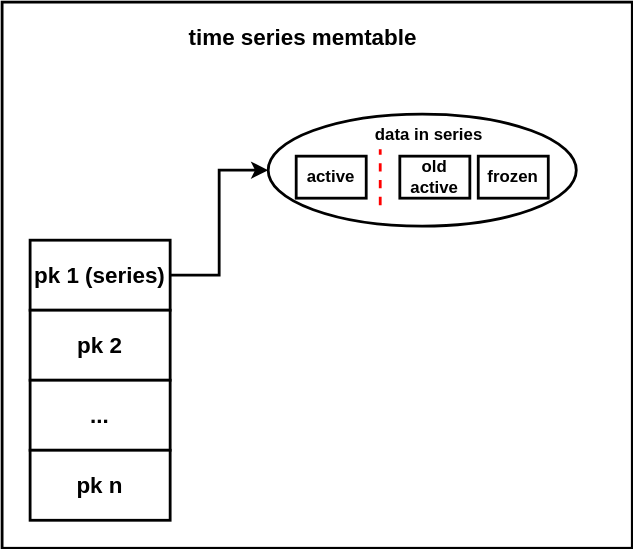
This is memtable.drawio.svg from Rachelint/drawio-store, a draw.io export, as it was before one commit. Source tidied: cells renumbered, new cells last; positions are measured from the earlier drawing's top-left corner, leaving out a move shared by most shapes. The source it was exported from:
```xml
<mxGraphModel>
  <root>
    <mxCell id="0" />
    <mxCell id="1" parent="0" />
    <mxCell id="2" style="rounded=0;whiteSpace=wrap;html=1;fontStyle=1;strokeWidth=2;" parent="1" vertex="1">
      <mxGeometry width="450" height="390" as="geometry" />
    </mxCell>
    <mxCell id="3" style="ellipse;whiteSpace=wrap;html=1;fontStyle=1;strokeWidth=2;" parent="1" vertex="1">
      <mxGeometry x="190" y="80" width="220" height="80" as="geometry" />
    </mxCell>
    <mxCell id="4" style="edgeStyle=orthogonalEdgeStyle;rounded=0;jettySize=auto;html=1;exitX=1;exitY=0.5;exitDx=0;exitDy=0;entryX=0;entryY=0.5;entryDx=0;entryDy=0;fontStyle=1;strokeWidth=2;" parent="1" edge="1" source="5" target="3">
      <mxGeometry relative="1" as="geometry" />
    </mxCell>
    <mxCell id="5" value="&lt;font style=&quot;font-size: 16px;&quot;&gt;pk 1 (series)&lt;/font&gt;" style="rounded=0;whiteSpace=wrap;html=1;fontStyle=1;strokeWidth=2;" parent="1" vertex="1">
      <mxGeometry x="20" y="170" width="100" height="50" as="geometry" />
    </mxCell>
    <mxCell id="6" value="&lt;font style=&quot;font-size: 16px;&quot;&gt;pk 2&lt;/font&gt;" style="rounded=0;whiteSpace=wrap;html=1;fontStyle=1;strokeWidth=2;" parent="1" vertex="1">
      <mxGeometry x="20" y="220" width="100" height="50" as="geometry" />
    </mxCell>
    <mxCell id="7" value="&lt;font style=&quot;font-size: 16px;&quot;&gt;...&lt;/font&gt;" style="rounded=0;whiteSpace=wrap;html=1;fontStyle=1;strokeWidth=2;" parent="1" vertex="1">
      <mxGeometry x="20" y="270" width="100" height="50" as="geometry" />
    </mxCell>
    <mxCell id="8" value="&lt;font style=&quot;font-size: 16px;&quot;&gt;pk n&lt;/font&gt;" style="rounded=0;whiteSpace=wrap;html=1;fontStyle=1;strokeWidth=2;" parent="1" vertex="1">
      <mxGeometry x="20" y="320" width="100" height="50" as="geometry" />
    </mxCell>
    <mxCell id="9" value="&lt;div&gt;old&lt;/div&gt;&lt;div&gt;active&lt;br&gt;&lt;/div&gt;" style="rounded=0;whiteSpace=wrap;html=1;fontStyle=1;strokeWidth=2;" parent="1" vertex="1">
      <mxGeometry x="284" y="110" width="50" height="30" as="geometry" />
    </mxCell>
    <mxCell id="10" value="frozen" style="rounded=0;whiteSpace=wrap;html=1;fontStyle=1;strokeWidth=2;" parent="1" vertex="1">
      <mxGeometry x="340" y="110" width="50" height="30" as="geometry" />
    </mxCell>
    <mxCell id="11" value="active" style="rounded=0;whiteSpace=wrap;html=1;fontStyle=1;strokeWidth=2;" parent="1" vertex="1">
      <mxGeometry x="210" y="110" width="50" height="30" as="geometry" />
    </mxCell>
    <mxCell id="12" value="data in series" style="text;html=1;strokeColor=none;fillColor=none;align=center;verticalAlign=middle;whiteSpace=wrap;rounded=0;fontStyle=1;strokeWidth=2;" parent="1" vertex="1">
      <mxGeometry x="260" y="80" width="90" height="30" as="geometry" />
    </mxCell>
    <mxCell id="13" style="endArrow=none;dashed=1;html=1;rounded=0;strokeColor=#FF0000;fontStyle=1;fontSize=15;strokeWidth=2;" parent="1" edge="1">
      <mxGeometry relative="1" as="geometry">
        <mxPoint x="270" y="145" as="sourcePoint" />
        <mxPoint x="270" y="105" as="targetPoint" />
      </mxGeometry>
    </mxCell>
    <mxCell id="14" value="&lt;font style=&quot;font-size: 16px;&quot;&gt;time series memtable&lt;/font&gt;" style="text;html=1;strokeColor=none;fillColor=none;align=center;verticalAlign=middle;whiteSpace=wrap;rounded=0;fontStyle=1;strokeWidth=2;" parent="1" vertex="1">
      <mxGeometry x="130" y="10" width="170" height="30" as="geometry" />
    </mxCell>
  </root>
</mxGraphModel>
```
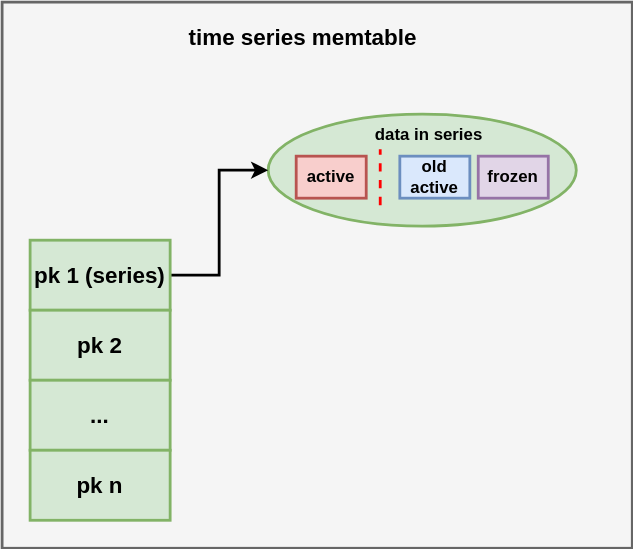
The same file after the commit.

Change to the diagram source:
```diff
@@ -2,34 +2,34 @@
   <root>
     <mxCell id="0" />
     <mxCell id="1" parent="0" />
-    <mxCell id="2" style="rounded=0;whiteSpace=wrap;html=1;fontStyle=1;strokeWidth=2;" parent="1" vertex="1">
+    <mxCell id="2" style="rounded=0;whiteSpace=wrap;html=1;fontStyle=1;strokeWidth=2;fillColor=#f5f5f5;fontColor=#333333;strokeColor=#666666;" parent="1" vertex="1">
       <mxGeometry width="450" height="390" as="geometry" />
     </mxCell>
-    <mxCell id="3" style="ellipse;whiteSpace=wrap;html=1;fontStyle=1;strokeWidth=2;" parent="1" vertex="1">
+    <mxCell id="3" style="ellipse;whiteSpace=wrap;html=1;fontStyle=1;strokeWidth=2;fillColor=#d5e8d4;strokeColor=#82b366;" parent="1" vertex="1">
       <mxGeometry x="190" y="80" width="220" height="80" as="geometry" />
     </mxCell>
     <mxCell id="4" style="edgeStyle=orthogonalEdgeStyle;rounded=0;jettySize=auto;html=1;exitX=1;exitY=0.5;exitDx=0;exitDy=0;entryX=0;entryY=0.5;entryDx=0;entryDy=0;fontStyle=1;strokeWidth=2;" parent="1" edge="1" source="5" target="3">
       <mxGeometry relative="1" as="geometry" />
     </mxCell>
-    <mxCell id="5" value="&lt;font style=&quot;font-size: 16px;&quot;&gt;pk 1 (series)&lt;/font&gt;" style="rounded=0;whiteSpace=wrap;html=1;fontStyle=1;strokeWidth=2;" parent="1" vertex="1">
+    <mxCell id="5" value="&lt;font style=&quot;font-size: 16px;&quot;&gt;pk 1 (series)&lt;/font&gt;" style="rounded=0;whiteSpace=wrap;html=1;fontStyle=1;strokeWidth=2;fillColor=#d5e8d4;strokeColor=#82b366;" parent="1" vertex="1">
       <mxGeometry x="20" y="170" width="100" height="50" as="geometry" />
     </mxCell>
-    <mxCell id="6" value="&lt;font style=&quot;font-size: 16px;&quot;&gt;pk 2&lt;/font&gt;" style="rounded=0;whiteSpace=wrap;html=1;fontStyle=1;strokeWidth=2;" parent="1" vertex="1">
+    <mxCell id="6" value="&lt;font style=&quot;font-size: 16px;&quot;&gt;pk 2&lt;/font&gt;" style="rounded=0;whiteSpace=wrap;html=1;fontStyle=1;strokeWidth=2;fillColor=#d5e8d4;strokeColor=#82b366;" parent="1" vertex="1">
       <mxGeometry x="20" y="220" width="100" height="50" as="geometry" />
     </mxCell>
-    <mxCell id="7" value="&lt;font style=&quot;font-size: 16px;&quot;&gt;...&lt;/font&gt;" style="rounded=0;whiteSpace=wrap;html=1;fontStyle=1;strokeWidth=2;" parent="1" vertex="1">
+    <mxCell id="7" value="&lt;font style=&quot;font-size: 16px;&quot;&gt;...&lt;/font&gt;" style="rounded=0;whiteSpace=wrap;html=1;fontStyle=1;strokeWidth=2;fillColor=#d5e8d4;strokeColor=#82b366;" parent="1" vertex="1">
       <mxGeometry x="20" y="270" width="100" height="50" as="geometry" />
     </mxCell>
-    <mxCell id="8" value="&lt;font style=&quot;font-size: 16px;&quot;&gt;pk n&lt;/font&gt;" style="rounded=0;whiteSpace=wrap;html=1;fontStyle=1;strokeWidth=2;" parent="1" vertex="1">
+    <mxCell id="8" value="&lt;font style=&quot;font-size: 16px;&quot;&gt;pk n&lt;/font&gt;" style="rounded=0;whiteSpace=wrap;html=1;fontStyle=1;strokeWidth=2;fillColor=#d5e8d4;strokeColor=#82b366;" parent="1" vertex="1">
       <mxGeometry x="20" y="320" width="100" height="50" as="geometry" />
     </mxCell>
-    <mxCell id="9" value="&lt;div&gt;old&lt;/div&gt;&lt;div&gt;active&lt;br&gt;&lt;/div&gt;" style="rounded=0;whiteSpace=wrap;html=1;fontStyle=1;strokeWidth=2;" parent="1" vertex="1">
+    <mxCell id="9" value="&lt;div&gt;old&lt;/div&gt;&lt;div&gt;active&lt;br&gt;&lt;/div&gt;" style="rounded=0;whiteSpace=wrap;html=1;fontStyle=1;strokeWidth=2;fillColor=#dae8fc;strokeColor=#6c8ebf;" parent="1" vertex="1">
       <mxGeometry x="284" y="110" width="50" height="30" as="geometry" />
     </mxCell>
-    <mxCell id="10" value="frozen" style="rounded=0;whiteSpace=wrap;html=1;fontStyle=1;strokeWidth=2;" parent="1" vertex="1">
+    <mxCell id="10" value="frozen" style="rounded=0;whiteSpace=wrap;html=1;fontStyle=1;strokeWidth=2;fillColor=#e1d5e7;strokeColor=#9673a6;" parent="1" vertex="1">
       <mxGeometry x="340" y="110" width="50" height="30" as="geometry" />
     </mxCell>
-    <mxCell id="11" value="active" style="rounded=0;whiteSpace=wrap;html=1;fontStyle=1;strokeWidth=2;" parent="1" vertex="1">
+    <mxCell id="11" value="active" style="rounded=0;whiteSpace=wrap;html=1;fontStyle=1;strokeWidth=2;fillColor=#f8cecc;strokeColor=#b85450;" parent="1" vertex="1">
       <mxGeometry x="210" y="110" width="50" height="30" as="geometry" />
     </mxCell>
     <mxCell id="12" value="data in series" style="text;html=1;strokeColor=none;fillColor=none;align=center;verticalAlign=middle;whiteSpace=wrap;rounded=0;fontStyle=1;strokeWidth=2;" parent="1" vertex="1">
```
